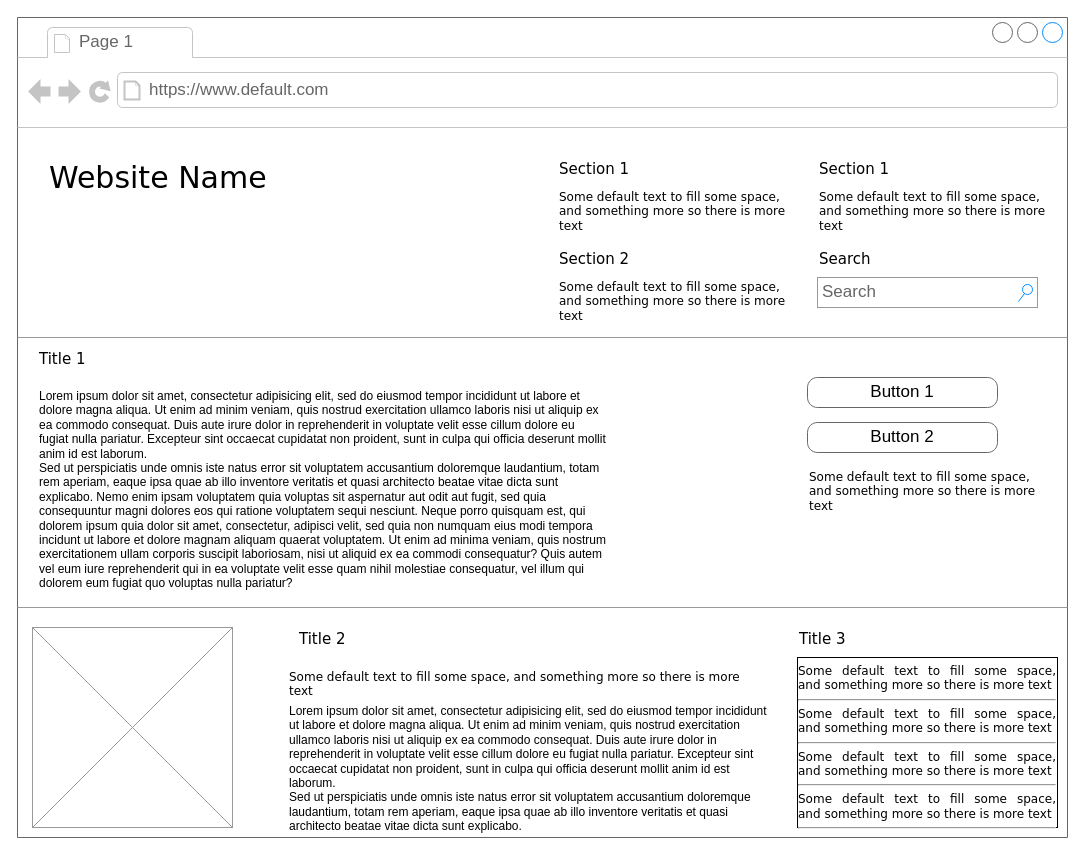
Above: 02 - LMS-SysCollege/05 - UI_Designs/WireFrame_HomePage.drawio in ZohaibWaqarMalik/Technical-Business-Analyst-Projects (draw.io), before the change. Source tidied: cells renumbered, new cells numbered last; positions are measured from the earlier drawing's top-left corner, leaving out a move shared by most shapes. Both pictures are drawn from the tidied source at 100%, with x=0, y=0 at pixel (17, 17).
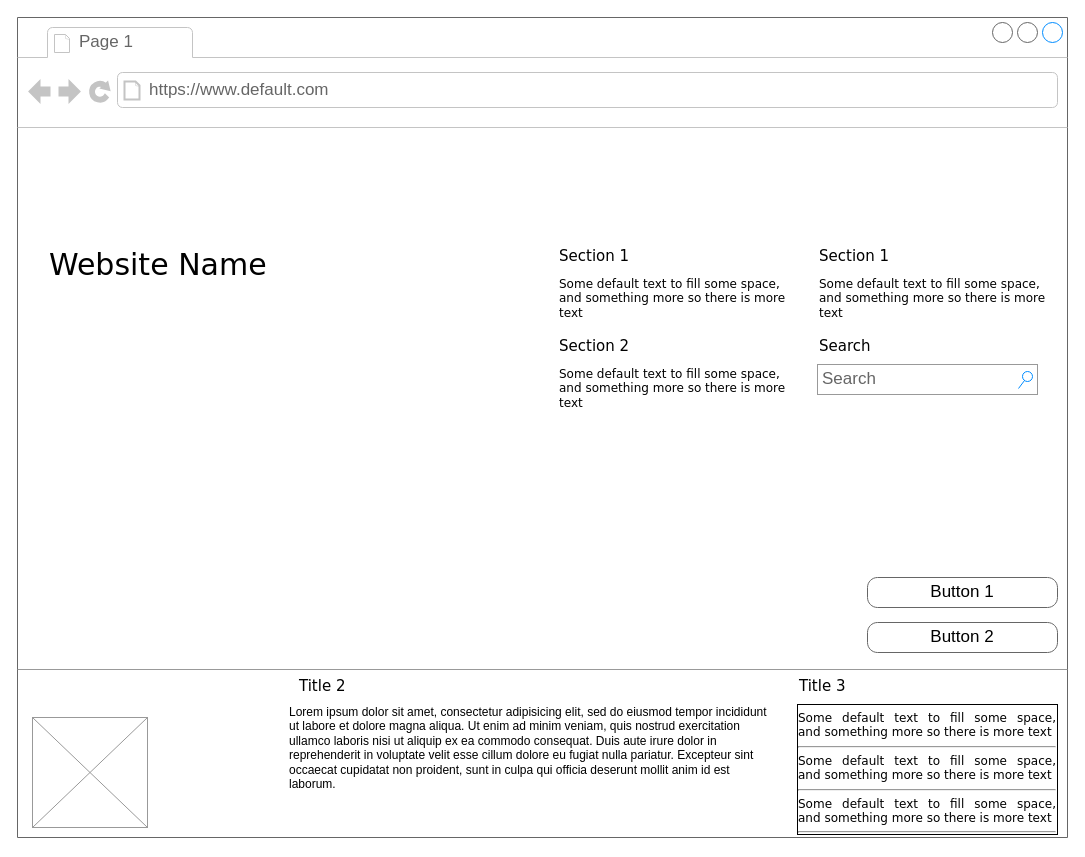
After the change.

Commit message (it also covers changes not shown here):
Update WireFrame_HomePage

Unchanged cells that the change refers to:
```xml
<mxCell id="2" style="strokeWidth=1;shadow=0;dashed=0;align=center;html=1;shape=mxgraph.mockup.containers.browserWindow;rSize=0;strokeColor=#666666;mainText=,;rounded=0;labelBackgroundColor=none;fontFamily=Verdana;fontSize=12;" parent="1" vertex="1">
  <mxGeometry width="1050" height="820" as="geometry" />
</mxCell>
```

What changed in the source:
```diff
@@
     <mxCell id="5" value="Website Name" style="text;html=1;align=left;verticalAlign=top;spacingTop=-4;fontSize=30;fontFamily=Verdana;" parent="2" vertex="1">
-      <mxGeometry x="30" y="140" width="340" height="50" as="geometry" />
+      <mxGeometry x="30" y="227" width="340" height="50" as="geometry" />
     </mxCell>
     <mxCell id="6" value="Section 1" style="text;html=1;align=left;verticalAlign=top;spacingTop=-4;fontSize=15;fontFamily=Verdana;" parent="2" vertex="1">
-      <mxGeometry x="540" y="140" width="170" height="30" as="geometry" />
+      <mxGeometry x="540" y="227" width="170" height="30" as="geometry" />
     </mxCell>
     <mxCell id="7" value="Some default text to fill some space, and&amp;nbsp;&lt;span&gt;something more so there is more text&lt;/span&gt;" style="text;html=1;align=left;verticalAlign=top;spacingTop=-4;fontSize=12;fontFamily=Verdana;whiteSpace=wrap;" parent="2" vertex="1">
-      <mxGeometry x="540" y="170" width="240" height="40" as="geometry" />
+      <mxGeometry x="540" y="257" width="240" height="40" as="geometry" />
     </mxCell>
     <mxCell id="8" value="Section 2" style="text;html=1;align=left;verticalAlign=top;spacingTop=-4;fontSize=15;fontFamily=Verdana;" parent="2" vertex="1">
-      <mxGeometry x="540" y="230" width="170" height="30" as="geometry" />
+      <mxGeometry x="540" y="317" width="170" height="30" as="geometry" />
     </mxCell>
     <mxCell id="9" value="Some default text to fill some space, and&amp;nbsp;&lt;span&gt;something more so there is more text&lt;/span&gt;" style="text;html=1;align=left;verticalAlign=top;spacingTop=-4;fontSize=12;fontFamily=Verdana;whiteSpace=wrap;" parent="2" vertex="1">
-      <mxGeometry x="540" y="260" width="240" height="40" as="geometry" />
+      <mxGeometry x="540" y="347" width="240" height="40" as="geometry" />
     </mxCell>
     <mxCell id="10" value="Section 1" style="text;html=1;align=left;verticalAlign=top;spacingTop=-4;fontSize=15;fontFamily=Verdana;" parent="2" vertex="1">
-      <mxGeometry x="800" y="140" width="170" height="30" as="geometry" />
+      <mxGeometry x="800" y="227" width="170" height="30" as="geometry" />
     </mxCell>
     <mxCell id="11" value="Some default text to fill some space, and&amp;nbsp;&lt;span&gt;something more so there is more text&lt;/span&gt;" style="text;html=1;align=left;verticalAlign=top;spacingTop=-4;fontSize=12;fontFamily=Verdana;whiteSpace=wrap;" parent="2" vertex="1">
-      <mxGeometry x="800" y="170" width="240" height="40" as="geometry" />
+      <mxGeometry x="800" y="257" width="240" height="40" as="geometry" />
     </mxCell>
     <mxCell id="12" value="Search" style="text;html=1;align=left;verticalAlign=top;spacingTop=-4;fontSize=15;fontFamily=Verdana;" parent="2" vertex="1">
-      <mxGeometry x="800" y="230" width="170" height="30" as="geometry" />
+      <mxGeometry x="800" y="317" width="170" height="30" as="geometry" />
     </mxCell>
     <mxCell id="13" value="Search" style="strokeWidth=1;shadow=0;dashed=0;align=center;html=1;shape=mxgraph.mockup.forms.searchBox;strokeColor=#999999;mainText=;strokeColor2=#008cff;fontColor=#666666;fontSize=17;align=left;spacingLeft=3;rounded=0;labelBackgroundColor=none;" parent="2" vertex="1">
-      <mxGeometry x="800" y="260" width="220" height="30" as="geometry" />
+      <mxGeometry x="800" y="347" width="220" height="30" as="geometry" />
     </mxCell>
-    <mxCell id="14" style="verticalLabelPosition=bottom;shadow=0;dashed=0;align=center;html=1;verticalAlign=top;strokeWidth=1;shape=mxgraph.mockup.markup.line;strokeColor=#999999;rounded=0;labelBackgroundColor=none;fillColor=#ffffff;fontFamily=Verdana;fontSize=12;fontColor=#000000;" parent="2" vertex="1">
-      <mxGeometry y="310" width="1050" height="20" as="geometry" />
-    </mxCell>
-    <mxCell id="15" value="Title 1" style="text;html=1;align=left;verticalAlign=top;spacingTop=-4;fontSize=15;fontFamily=Verdana;" parent="2" vertex="1">
-      <mxGeometry x="20" y="330" width="170" height="30" as="geometry" />
-    </mxCell>
-    <mxCell id="16" value="Lorem ipsum dolor sit amet, consectetur adipisicing elit, sed do eiusmod tempor incididunt ut labore et dolore magna aliqua. Ut enim ad minim veniam, quis nostrud exercitation ullamco laboris nisi ut aliquip ex ea commodo consequat. Duis aute irure dolor in reprehenderit in voluptate velit esse cillum dolore eu fugiat nulla pariatur. Excepteur sint occaecat cupidatat non proident, sunt in culpa qui officia deserunt mollit anim id est laborum.&#10;Sed ut perspiciatis unde omnis iste natus error sit voluptatem accusantium doloremque laudantium, totam rem aperiam, eaque ipsa quae ab illo inventore veritatis et quasi architecto beatae vitae dicta sunt explicabo. Nemo enim ipsam voluptatem quia voluptas sit aspernatur aut odit aut fugit, sed quia consequuntur magni dolores eos qui ratione voluptatem sequi nesciunt. Neque porro quisquam est, qui dolorem ipsum quia dolor sit amet, consectetur, adipisci velit, sed quia non numquam eius modi tempora incidunt ut labore et dolore magnam aliquam quaerat voluptatem. Ut enim ad minima veniam, quis nostrum exercitationem ullam corporis suscipit laboriosam, nisi ut aliquid ex ea commodi consequatur? Quis autem vel eum iure reprehenderit qui in ea voluptate velit esse quam nihil molestiae consequatur, vel illum qui dolorem eum fugiat quo voluptas nulla pariatur?" style="text;spacingTop=-5;whiteSpace=wrap;html=1;align=left;fontSize=12;fontFamily=Helvetica;fillColor=none;strokeColor=none;rounded=0;shadow=1;labelBackgroundColor=none;" parent="2" vertex="1">
-      <mxGeometry x="20" y="370" width="570" height="240" as="geometry" />
-    </mxCell>
     <mxCell id="17" value="Button 1" style="strokeWidth=1;shadow=0;dashed=0;align=center;html=1;shape=mxgraph.mockup.buttons.button;strokeColor=#666666;mainText=;buttonStyle=round;fontSize=17;fontStyle=0;fillColor=none;whiteSpace=wrap;rounded=0;labelBackgroundColor=none;" parent="2" vertex="1">
-      <mxGeometry x="790" y="360" width="190" height="30" as="geometry" />
+      <mxGeometry x="850" y="560" width="190" height="30" as="geometry" />
     </mxCell>
     <mxCell id="18" value="Button 2" style="strokeWidth=1;shadow=0;dashed=0;align=center;html=1;shape=mxgraph.mockup.buttons.button;strokeColor=#666666;mainText=;buttonStyle=round;fontSize=17;fontStyle=0;fillColor=none;whiteSpace=wrap;rounded=0;labelBackgroundColor=none;" parent="2" vertex="1">
-      <mxGeometry x="790" y="405" width="190" height="30" as="geometry" />
+      <mxGeometry x="850" y="605" width="190" height="30" as="geometry" />
     </mxCell>
-    <mxCell id="19" value="Some default text to fill some space, and&amp;nbsp;&lt;span&gt;something more so there is more text&lt;/span&gt;" style="text;html=1;align=left;verticalAlign=top;spacingTop=-4;fontSize=12;fontFamily=Verdana;whiteSpace=wrap;" parent="2" vertex="1">
-      <mxGeometry x="790" y="450" width="240" height="40" as="geometry" />
-    </mxCell>
     <mxCell id="20" style="verticalLabelPosition=bottom;shadow=0;dashed=0;align=center;html=1;verticalAlign=top;strokeWidth=1;shape=mxgraph.mockup.markup.line;strokeColor=#999999;rounded=0;labelBackgroundColor=none;fillColor=#ffffff;fontFamily=Verdana;fontSize=12;fontColor=#000000;" parent="2" vertex="1">
-      <mxGeometry y="580" width="1050" height="20" as="geometry" />
+      <mxGeometry y="642" width="1050" height="20" as="geometry" />
     </mxCell>
     <mxCell id="21" style="verticalLabelPosition=bottom;shadow=0;dashed=0;align=center;html=1;verticalAlign=top;strokeWidth=1;shape=mxgraph.mockup.graphics.simpleIcon;strokeColor=#999999;fillColor=#ffffff;rounded=0;labelBackgroundColor=none;fontFamily=Verdana;fontSize=12;fontColor=#000000;" parent="2" vertex="1">
-      <mxGeometry x="15" y="610" width="200" height="200" as="geometry" />
+      <mxGeometry x="15" y="700" width="115" height="110" as="geometry" />
     </mxCell>
     <mxCell id="22" value="Title 2" style="text;html=1;align=left;verticalAlign=top;spacingTop=-4;fontSize=15;fontFamily=Verdana;" parent="2" vertex="1">
-      <mxGeometry x="280" y="610" width="170" height="30" as="geometry" />
+      <mxGeometry x="280" y="657" width="170" height="30" as="geometry" />
     </mxCell>
     <mxCell id="23" value="Title 3" style="text;html=1;align=left;verticalAlign=top;spacingTop=-4;fontSize=15;fontFamily=Verdana;" parent="2" vertex="1">
-      <mxGeometry x="780" y="610" width="170" height="30" as="geometry" />
+      <mxGeometry x="780" y="657" width="170" height="30" as="geometry" />
     </mxCell>
-    <mxCell id="24" value="&lt;div style=&quot;text-align: justify&quot;&gt;&lt;span&gt;Some default text to fill some space, and&amp;nbsp;&lt;/span&gt;&lt;span&gt;something more so there is more text&lt;/span&gt;&lt;/div&gt;&lt;div style=&quot;text-align: justify&quot;&gt;&lt;hr id=&quot;null&quot; style=&quot;text-align: justify&quot;&gt;&lt;span&gt;&lt;div style=&quot;text-align: justify&quot;&gt;&lt;span&gt;Some default text to fill some space, and&amp;nbsp;&lt;/span&gt;&lt;span&gt;something more so there is more text&lt;/span&gt;&lt;/div&gt;&lt;/span&gt;&lt;/div&gt;&lt;hr id=&quot;null&quot; style=&quot;text-align: justify&quot;&gt;&lt;span&gt;&lt;div style=&quot;text-align: justify&quot;&gt;&lt;span&gt;Some default text to fill some space, and&amp;nbsp;&lt;/span&gt;&lt;span&gt;something more so there is more text&lt;/span&gt;&lt;/div&gt;&lt;/span&gt;&lt;hr id=&quot;null&quot; style=&quot;text-align: justify&quot;&gt;&lt;span&gt;&lt;div style=&quot;text-align: justify&quot;&gt;&lt;span&gt;Some default text to fill some space, and&amp;nbsp;&lt;/span&gt;&lt;span&gt;something more so there is more text&lt;/span&gt;&lt;/div&gt;&lt;/span&gt;&lt;hr id=&quot;null&quot; style=&quot;text-align: left&quot;&gt;" style="whiteSpace=wrap;html=1;rounded=0;shadow=0;labelBackgroundColor=none;strokeWidth=1;fontFamily=Verdana;fontSize=12;align=center;verticalAlign=top;" parent="2" vertex="1">
-      <mxGeometry x="780" y="640" width="260" height="170" as="geometry" />
+    <mxCell id="24" value="&lt;div style=&quot;text-align: justify&quot;&gt;&lt;span&gt;Some default text to fill some space, and&amp;nbsp;&lt;/span&gt;&lt;span&gt;something more so there is more text&lt;/span&gt;&lt;/div&gt;&lt;div style=&quot;text-align: justify&quot;&gt;&lt;hr id=&quot;null&quot; style=&quot;text-align: justify&quot;&gt;&lt;span&gt;&lt;div style=&quot;text-align: justify&quot;&gt;&lt;span&gt;Some default text to fill some space, and&amp;nbsp;&lt;/span&gt;&lt;span&gt;something more so there is more text&lt;/span&gt;&lt;/div&gt;&lt;/span&gt;&lt;/div&gt;&lt;hr id=&quot;null&quot; style=&quot;text-align: justify&quot;&gt;&lt;span&gt;&lt;div style=&quot;text-align: justify&quot;&gt;&lt;span&gt;Some default text to fill some space, and&amp;nbsp;&lt;/span&gt;&lt;span&gt;something more so there is more text&lt;/span&gt;&lt;/div&gt;&lt;/span&gt;&lt;hr id=&quot;null&quot; style=&quot;text-align: left&quot;&gt;" style="whiteSpace=wrap;html=1;rounded=0;shadow=0;labelBackgroundColor=none;strokeWidth=1;fontFamily=Verdana;fontSize=12;align=center;verticalAlign=top;" parent="2" vertex="1">
+      <mxGeometry x="780" y="687" width="260" height="130" as="geometry" />
     </mxCell>
-    <mxCell id="25" value="Some default text to fill some space, and&amp;nbsp;&lt;span&gt;something more so there is more text&lt;/span&gt;" style="text;html=1;align=left;verticalAlign=top;spacingTop=-4;fontSize=12;fontFamily=Verdana;whiteSpace=wrap;" parent="2" vertex="1">
-      <mxGeometry x="270" y="650" width="470" height="40" as="geometry" />
-    </mxCell>
-    <mxCell id="26" value="Lorem ipsum dolor sit amet, consectetur adipisicing elit, sed do eiusmod tempor incididunt ut labore et dolore magna aliqua. Ut enim ad minim veniam, quis nostrud exercitation ullamco laboris nisi ut aliquip ex ea commodo consequat. Duis aute irure dolor in reprehenderit in voluptate velit esse cillum dolore eu fugiat nulla pariatur. Excepteur sint occaecat cupidatat non proident, sunt in culpa qui officia deserunt mollit anim id est laborum.&lt;br&gt;Sed ut perspiciatis unde omnis iste natus error sit voluptatem accusantium doloremque laudantium, totam rem aperiam, eaque ipsa quae ab illo inventore veritatis et quasi architecto beatae vitae dicta sunt explicabo.&amp;nbsp;" style="text;spacingTop=-5;whiteSpace=wrap;html=1;align=left;fontSize=12;fontFamily=Helvetica;fillColor=none;strokeColor=none;rounded=0;shadow=1;labelBackgroundColor=none;" parent="1" vertex="1">
-      <mxGeometry x="270" y="685" width="490" height="125" as="geometry" />
+    <mxCell id="26" value="Lorem ipsum dolor sit amet, consectetur adipisicing elit, sed do eiusmod tempor incididunt ut labore et dolore magna aliqua. Ut enim ad minim veniam, quis nostrud exercitation ullamco laboris nisi ut aliquip ex ea commodo consequat. Duis aute irure dolor in reprehenderit in voluptate velit esse cillum dolore eu fugiat nulla pariatur. Excepteur sint occaecat cupidatat non proident, sunt in culpa qui officia deserunt mollit anim id est laborum." style="text;spacingTop=-5;whiteSpace=wrap;html=1;align=left;fontSize=12;fontFamily=Helvetica;fillColor=none;strokeColor=none;rounded=0;shadow=1;labelBackgroundColor=none;" parent="1" vertex="1">
+      <mxGeometry x="270" y="686" width="490" height="125" as="geometry" />
     </mxCell>
```
